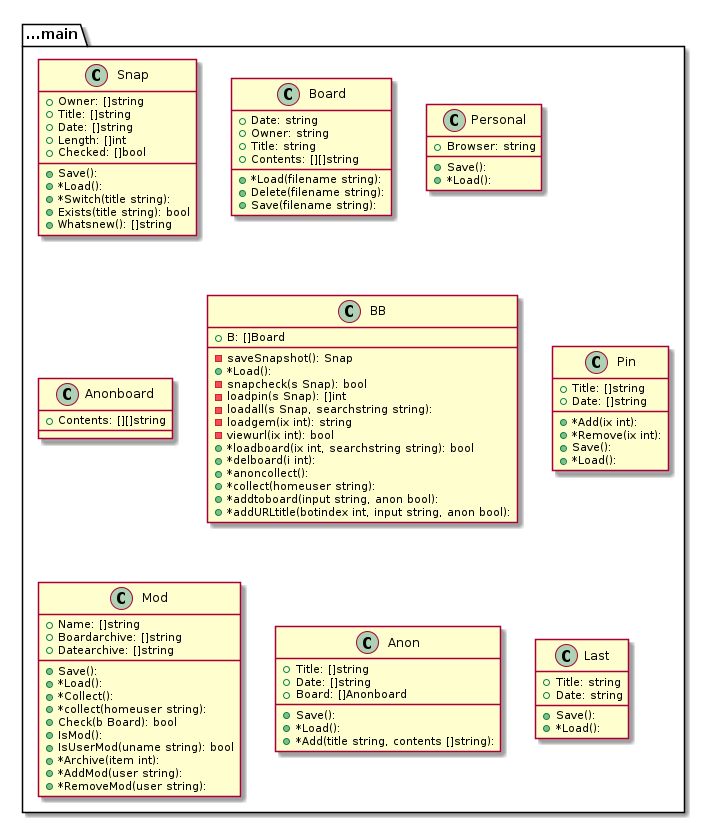
This is graph.png from tbal999/bb, a PlantUML export, as it was before one commit.
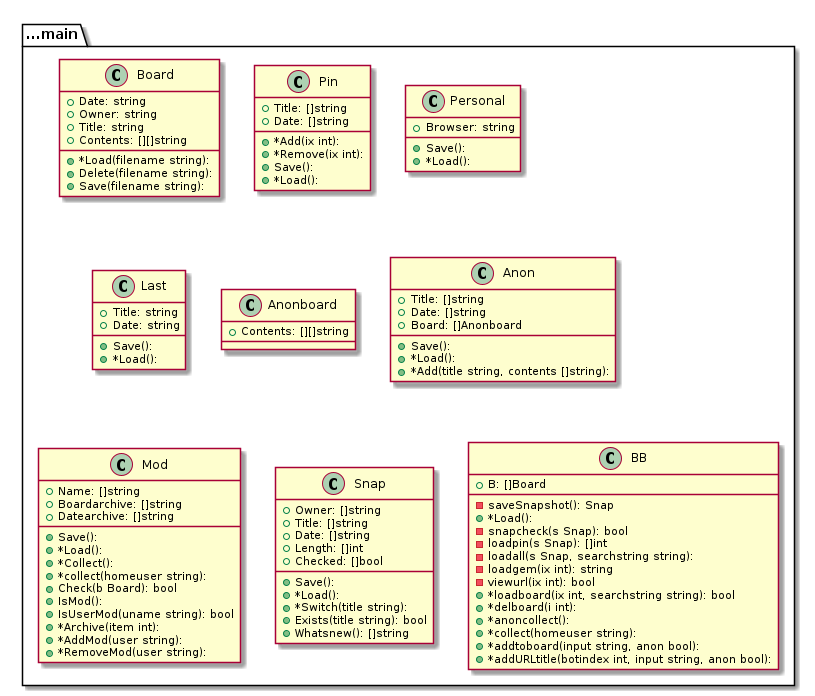
Above is the later version.

The edit, as a diff of the source:
```diff
@@ -1,4 +1,73 @@
 @startuml
+package ...main{
+class Board {
++Date: string
++Owner: string
++Title: string
++Contents: [][]string
++*Load(filename string):
++Delete(filename string):
++Save(filename string):
+}
+}
+package ...main{
+class Pin {
++Title: []string
++Date: []string
++*Add(ix int):
++*Remove(ix int):
++Save():
++*Load():
+}
+}
+package ...main{
+class Personal {
++Browser: string
++Save():
++*Load():
+}
+}
+package ...main{
+class Last {
++Title: string
++Date: string
++Save():
++*Load():
+}
+}
+package ...main{
+class Anonboard {
++Contents: [][]string
+
+}
+}
+package ...main{
+class Anon {
++Title: []string
++Date: []string
++Board: []Anonboard
++Save():
++*Load():
++*Add(title string, contents []string):
+}
+}
+package ...main{
+class Mod {
++Name: []string
++Boardarchive: []string
++Datearchive: []string
++Save():
++*Load():
++*Collect():
++*collect(homeuser string):
++Check(b Board): bool
++IsMod():
++IsUserMod(uname string): bool
++*Archive(item int):
++*AddMod(user string):
++*RemoveMod(user string):
+}
+}
 package ...main{
 class Snap {
 +Owner: []string
@@ -11,30 +80,6 @@
 +*Switch(title string):
 +Exists(title string): bool
 +Whatsnew(): []string
-}
-}
-package ...main{
-class Board {
-+Date: string
-+Owner: string
-+Title: string
-+Contents: [][]string
-+*Load(filename string):
-+Delete(filename string):
-+Save(filename string):
-}
-}
-package ...main{
-class Personal {
-+Browser: string
-+Save():
-+*Load():
-}
-}
-package ...main{
-class Anonboard {
-+Contents: [][]string
-
 }
 }
 package ...main{
@@ -55,50 +100,5 @@
 +*addURLtitle(botindex int, input string, anon bool):
 }
 }
-package ...main{
-class Pin {
-+Title: []string
-+Date: []string
-+*Add(ix int):
-+*Remove(ix int):
-+Save():
-+*Load():
-}
-}
-package ...main{
-class Mod {
-+Name: []string
-+Boardarchive: []string
-+Datearchive: []string
-+Save():
-+*Load():
-+*Collect():
-+*collect(homeuser string):
-+Check(b Board): bool
-+IsMod():
-+IsUserMod(uname string): bool
-+*Archive(item int):
-+*AddMod(user string):
-+*RemoveMod(user string):
-}
-}
-package ...main{
-class Anon {
-+Title: []string
-+Date: []string
-+Board: []Anonboard
-+Save():
-+*Load():
-+*Add(title string, contents []string):
-}
-}
-package ...main{
-class Last {
-+Title: string
-+Date: string
-+Save():
-+*Load():
-}
-}
 
 @enduml
```
